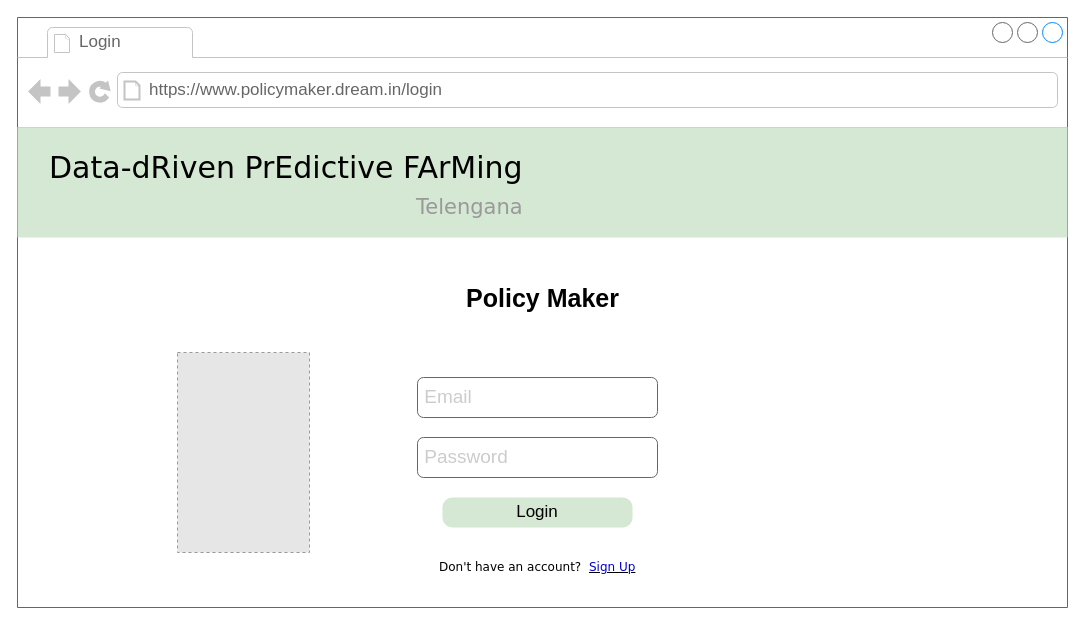
Earlier version of the draw.io diagram page "pm-login" (5 of 26) of RASD/UML/User Interface.drawio (ictar/DREAM-SE2-Project-2022). Source tidied: cells renumbered, new cells numbered last; positions are measured from the earlier drawing's top-left corner, leaving out a move shared by most shapes. Both pictures are drawn from the tidied source at 100%, with x=0, y=0 at pixel (17, 17). Pictures stored in the file or linked from it are replaced by grey dashed boxes.
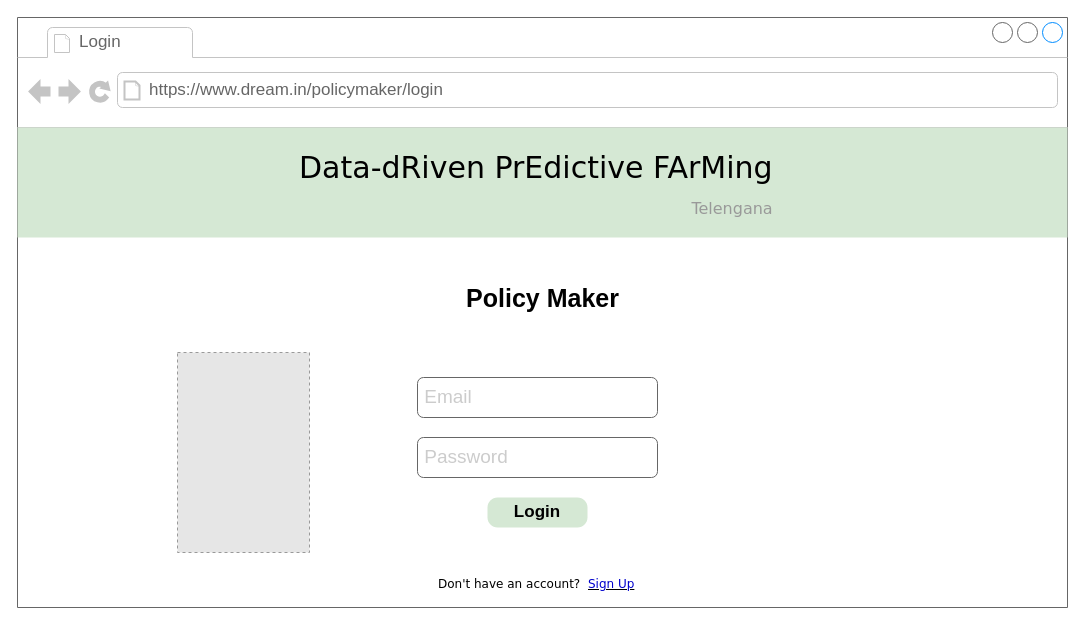
After the change.

Change to the diagram source:
```diff
@@
 <mxGraphModel background="#ffffff">
   <root>
     <mxCell id="0" />
     <mxCell id="1" parent="0" />
     <mxCell id="2" style="strokeWidth=1;shadow=0;dashed=0;align=center;html=1;shape=mxgraph.mockup.containers.browserWindow;rSize=0;strokeColor=#666666;mainText=,;rounded=0;labelBackgroundColor=none;fontFamily=Verdana;fontSize=12;" parent="1" vertex="1">
       <mxGeometry width="1050" height="590" as="geometry" />
     </mxCell>
     <mxCell id="3" value="Login" style="strokeWidth=1;shadow=0;dashed=0;align=center;html=1;shape=mxgraph.mockup.containers.anchor;fontSize=17;fontColor=#666666;align=left;" parent="2" vertex="1">
       <mxGeometry x="60" y="12" width="110" height="26" as="geometry" />
     </mxCell>
-    <mxCell id="4" value="https://www.policymaker.dream.in/login" style="strokeWidth=1;shadow=0;dashed=0;align=center;html=1;shape=mxgraph.mockup.containers.anchor;rSize=0;fontSize=17;fontColor=#666666;align=left;" parent="2" vertex="1">
+    <mxCell id="4" value="https://www.dream.in/policymaker/login" style="strokeWidth=1;shadow=0;dashed=0;align=center;html=1;shape=mxgraph.mockup.containers.anchor;rSize=0;fontSize=17;fontColor=#666666;align=left;" parent="2" vertex="1">
       <mxGeometry x="130" y="60" width="250" height="26" as="geometry" />
     </mxCell>
-    <mxCell id="5" value="Login" style="strokeWidth=1;shadow=0;dashed=0;align=center;html=1;shape=mxgraph.mockup.buttons.button;strokeColor=none;mainText=;buttonStyle=round;fontSize=17;fontStyle=0;fillColor=#d5e8d4;whiteSpace=wrap;rounded=0;labelBackgroundColor=none;" parent="2" vertex="1">
-      <mxGeometry x="425" y="480" width="190" height="30" as="geometry" />
+    <mxCell id="5" value="&lt;b&gt;Login&lt;/b&gt;" style="strokeWidth=1;shadow=0;dashed=0;align=center;html=1;shape=mxgraph.mockup.buttons.button;strokeColor=none;mainText=;buttonStyle=round;fontSize=17;fontStyle=0;fillColor=#d5e8d4;whiteSpace=wrap;rounded=0;labelBackgroundColor=none;" parent="2" vertex="1">
+      <mxGeometry x="470" y="480" width="100" height="30" as="geometry" />
     </mxCell>
     <mxCell id="6" value="&lt;font style=&quot;font-size: 19px&quot; color=&quot;#cccccc&quot;&gt;&amp;nbsp;Email&lt;/font&gt;" style="rounded=1;whiteSpace=wrap;html=1;fillColor=none;fontColor=#333333;strokeColor=#666666;align=left;" parent="2" vertex="1">
       <mxGeometry x="400" y="360" width="240" height="40" as="geometry" />
     </mxCell>
     <mxCell id="7" value="&lt;font style=&quot;font-size: 19px&quot; color=&quot;#cccccc&quot;&gt;&amp;nbsp;Password&lt;/font&gt;" style="rounded=1;whiteSpace=wrap;html=1;fillColor=none;fontColor=#333333;strokeColor=#666666;align=left;" parent="2" vertex="1">
       <mxGeometry x="400" y="420" width="240" height="40" as="geometry" />
     </mxCell>
     <mxCell id="8" value="Don't have an account?" style="text;html=1;align=left;verticalAlign=top;spacingTop=-4;fontSize=12;fontFamily=Verdana;whiteSpace=wrap;" parent="2" vertex="1">
-      <mxGeometry x="420" y="540" width="160" height="20" as="geometry" />
+      <mxGeometry x="419" y="557" width="160" height="20" as="geometry" />
     </mxCell>
     <mxCell id="9" value="&lt;u&gt;&lt;font color=&quot;#0000cc&quot;&gt;Sign Up&lt;/font&gt;&lt;/u&gt;" style="text;html=1;align=left;verticalAlign=top;spacingTop=-4;fontSize=12;fontFamily=Verdana;whiteSpace=wrap;" parent="2" vertex="1">
-      <mxGeometry x="570" y="540" width="160" height="20" as="geometry" />
+      <mxGeometry x="569" y="557" width="160" height="20" as="geometry" />
     </mxCell>
     <mxCell id="10" style="group;" parent="2" vertex="1">
       <mxGeometry y="110" width="1050" height="110" as="geometry" />
     </mxCell>
     <mxCell id="11" style="rounded=0;whiteSpace=wrap;html=1;fontSize=21;fillColor=#d5e8d4;strokeColor=none;" parent="10" vertex="1">
       <mxGeometry width="1050" height="110" as="geometry" />
     </mxCell>
-    <mxCell id="12" value="Data-dRiven PrEdictive FArMing&lt;br&gt;&lt;div style=&quot;text-align: right&quot;&gt;&lt;font style=&quot;font-size: 21px&quot; color=&quot;#999999&quot;&gt;Telengana&lt;/font&gt;&lt;/div&gt;" style="text;html=1;align=left;verticalAlign=top;spacingTop=-4;fontSize=30;fontFamily=Verdana;" parent="10" vertex="1">
-      <mxGeometry x="30" y="20" width="480" height="70" as="geometry" />
+    <mxCell id="12" value="Data-dRiven PrEdictive FArMing&lt;br&gt;&lt;div style=&quot;text-align: right&quot;&gt;&lt;font style=&quot;font-size: 16px&quot; color=&quot;#999999&quot;&gt;Telengana&lt;/font&gt;&lt;/div&gt;" style="text;html=1;align=left;verticalAlign=top;spacingTop=-4;fontSize=30;fontFamily=Verdana;" parent="10" vertex="1">
+      <mxGeometry x="280" y="20" width="480" height="70" as="geometry" />
     </mxCell>
     <mxCell id="13" value="&lt;b&gt;&lt;font color=&quot;#000000&quot; style=&quot;font-size: 25px&quot;&gt;Policy Maker&lt;/font&gt;&lt;/b&gt;" style="text;html=1;align=center;verticalAlign=middle;strokeColor=none;fillColor=none;fontColor=#B3B3B3;" parent="1" vertex="1">
       <mxGeometry x="440" y="270" width="170" height="20" as="geometry" />
     </mxCell>
     <mxCell id="14" style="fillColor=#E6E6E6;strokeColor=#999999;dashed=1;verticalLabelPosition=bottom;labelBackgroundColor=#ffffff;verticalAlign=top;" parent="1" vertex="1">
       <mxGeometry x="160" y="335" width="132" height="200" as="geometry" />
     </mxCell>
   </root>
 </mxGraphModel>
```
